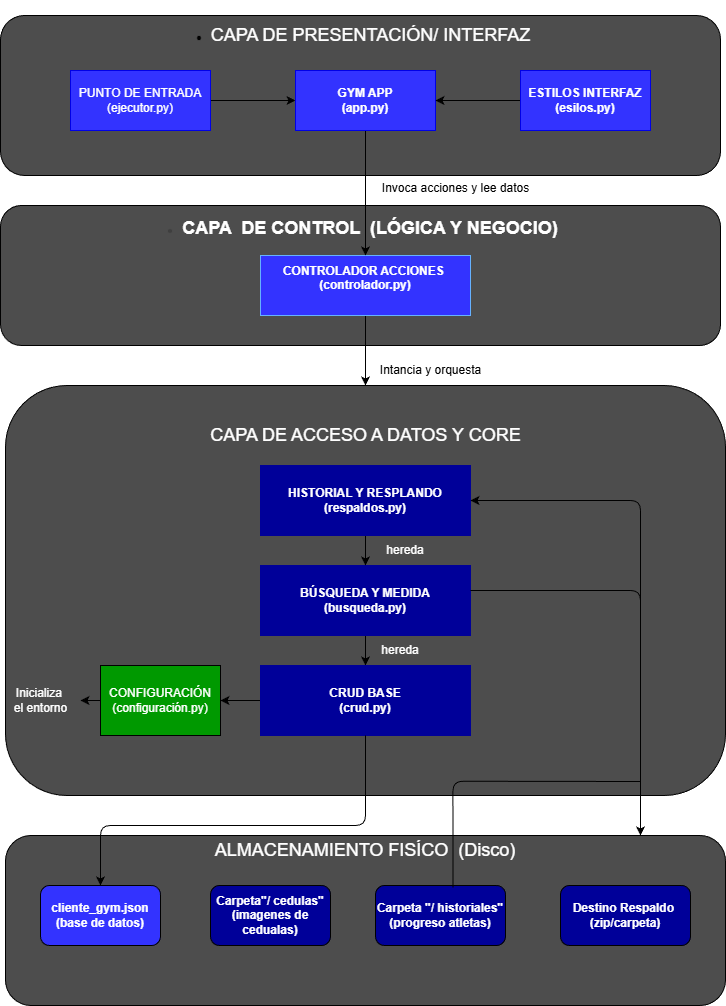
Earlier version of the draw.io export Desarrollo/diagramas.drawio.png (jesusalbertoalmeidamolina223-lang/Proyecto_gym). Source tidied: cells renumbered, new cells last; positions are measured from the earlier drawing's top-left corner, leaving out a move shared by most shapes.
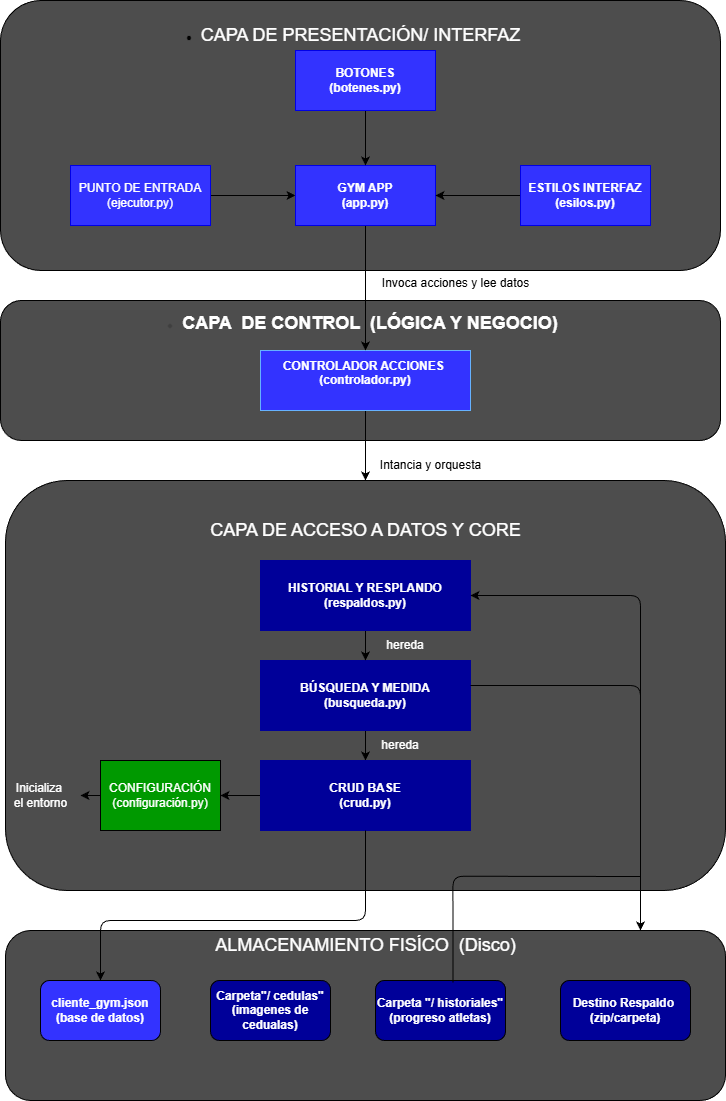
Later version of the same file.

Commit message:
Estructura final:desarrollo del codigo por terminal he interfaz con sus diagramas

Change to the diagram source:
```diff
@@ -30,7 +30,7 @@
       <mxGeometry x="100" y="205" width="500" height="45" as="geometry" />
     </mxCell>
     <mxCell id="11" value="&lt;div&gt;&lt;font color=&quot;#ffffff&quot;&gt;&lt;span style=&quot;font-size: 14px;&quot;&gt;&lt;b&gt;&lt;br&gt;&lt;/b&gt;&lt;/span&gt;&lt;/font&gt;&lt;/div&gt;" style="rounded=1;whiteSpace=wrap;html=1;fillColor=#4D4D4D;align=left;shadow=0;" parent="1" vertex="1">
-      <mxGeometry y="15" width="720" height="160" as="geometry" />
+      <mxGeometry y="-95" width="720" height="270" as="geometry" />
     </mxCell>
     <mxCell id="12" style="edgeStyle=none;html=1;" parent="1" edge="1" source="13" target="25">
       <mxGeometry relative="1" as="geometry" />
@@ -57,7 +57,7 @@
       <mxGeometry x="520" y="70" width="130" height="60" as="geometry" />
     </mxCell>
     <mxCell id="20" value="&lt;ul&gt;&lt;li&gt;&lt;font style=&quot;font-size: 18px;&quot; color=&quot;#ffffff&quot;&gt;CAPA DE PRESENTACIÓN/ INTERFAZ&lt;/font&gt;&lt;/li&gt;&lt;/ul&gt;" style="text;html=1;align=center;verticalAlign=middle;strokeColor=none;fillColor=none;" parent="1" vertex="1">
-      <mxGeometry x="160" width="380" height="70" as="geometry" />
+      <mxGeometry x="150" y="-95" width="380" height="70" as="geometry" />
     </mxCell>
     <mxCell id="21" value="Invoca acciones y lee datos" style="text;html=1;align=center;verticalAlign=middle;strokeColor=none;fillColor=none;" parent="1" vertex="1">
       <mxGeometry x="370" y="173" width="170" height="30" as="geometry" />
@@ -134,5 +134,11 @@
         </Array>
       </mxGeometry>
     </mxCell>
+    <mxCell id="39" style="edgeStyle=none;html=1;" parent="1" edge="1" source="40" target="17">
+      <mxGeometry relative="1" as="geometry" />
+    </mxCell>
+    <mxCell id="40" value="&lt;b&gt;&lt;font color=&quot;#ffffff&quot;&gt;BOTONES&lt;/font&gt;&lt;/b&gt;&lt;div&gt;&lt;b&gt;&lt;font color=&quot;#ffffff&quot;&gt;(botenes.py)&lt;/font&gt;&lt;/b&gt;&lt;/div&gt;" style="rounded=0;whiteSpace=wrap;html=1;fillColor=#3333FF;strokeColor=#0000E6;" parent="1" vertex="1">
+      <mxGeometry x="295" y="-45" width="140" height="60" as="geometry" />
+    </mxCell>
   </root>
 </mxGraphModel>
```
